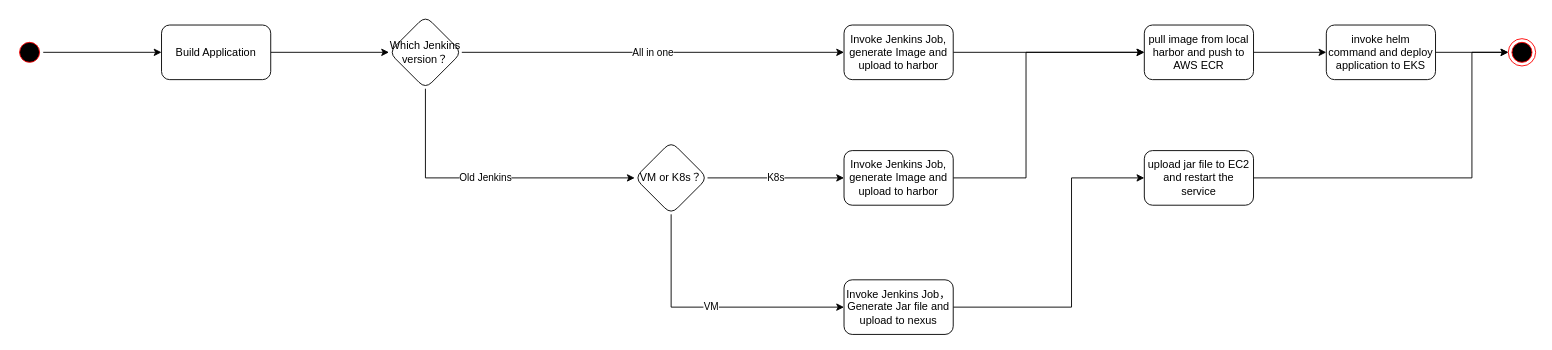
Above: CAPPSIT.drawio in dosjia/chart (draw.io), before the change. Source tidied: cells renumbered, new cells numbered last; positions are measured from the earlier drawing's top-left corner, leaving out a move shared by most shapes. Both pictures are drawn from the tidied source at 91%, with x=0, y=0 at pixel (15, 15).
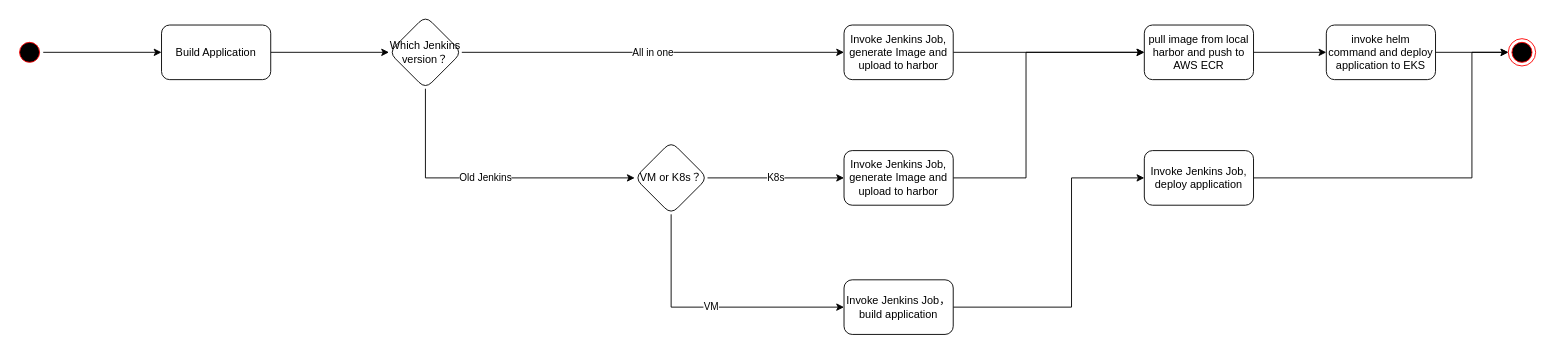
After the change.

Diff of the diagram source:
```diff
@@
-    <mxCell id="14" value="Invoke Jenkins Job， Generate Jar file and upload to nexus" style="whiteSpace=wrap;html=1;rounded=1;" parent="1" vertex="1">
+    <mxCell id="14" value="Invoke Jenkins Job， build application" style="whiteSpace=wrap;html=1;rounded=1;" parent="1" vertex="1">
       <mxGeometry x="910" y="290" width="120" height="60" as="geometry" />
     </mxCell>
@@
-    <mxCell id="22" value="upload jar file to EC2 and restart the service" style="whiteSpace=wrap;html=1;rounded=1;" parent="1" vertex="1">
+    <mxCell id="22" value="&lt;div&gt;Invoke Jenkins Job, deploy application&lt;/div&gt;" style="whiteSpace=wrap;html=1;rounded=1;" parent="1" vertex="1">
       <mxGeometry x="1240" y="148" width="120" height="60" as="geometry" />
     </mxCell>
```
